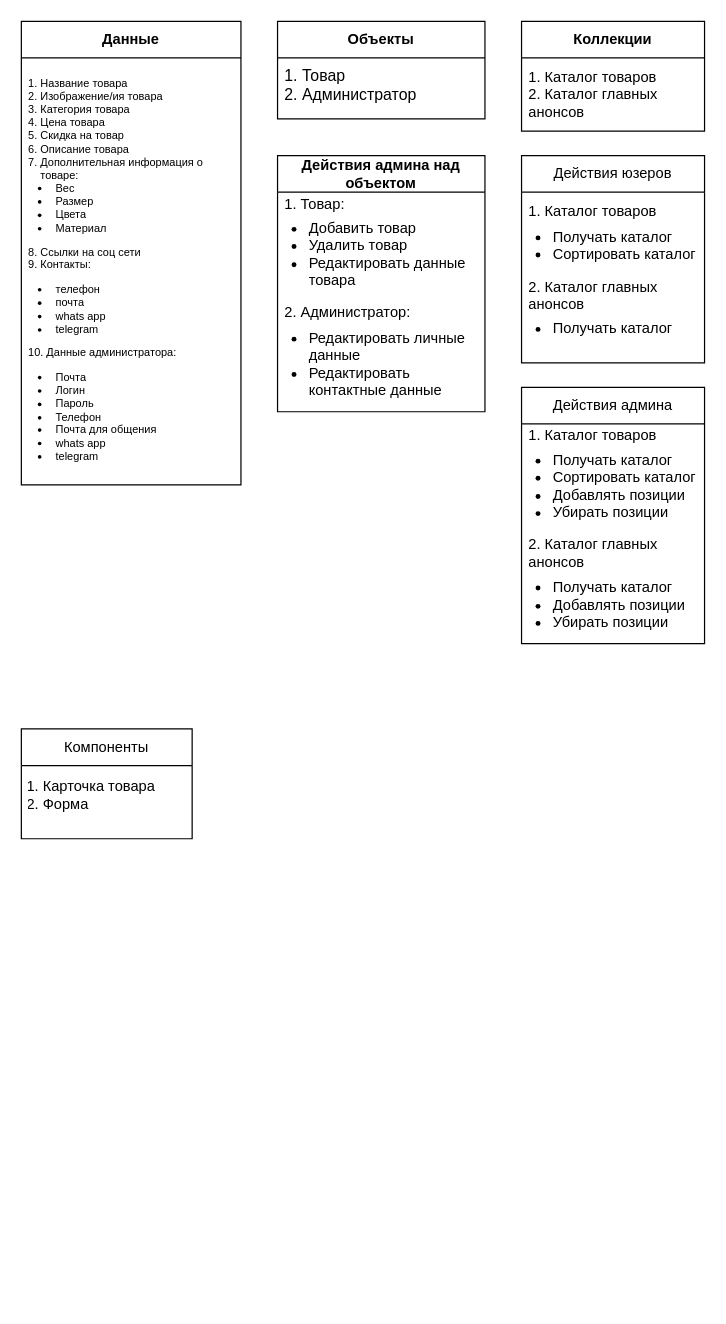
The draw.io diagram margiana.drawio in FulgrimPhoenix/My-UML, before the edit. Source tidied: cells renumbered, new cells numbered last; positions are measured from the earlier drawing's top-left corner, leaving out a move shared by most shapes. Both pictures are drawn from the tidied source at 122%, with x=0, y=0 at pixel (21, 21).
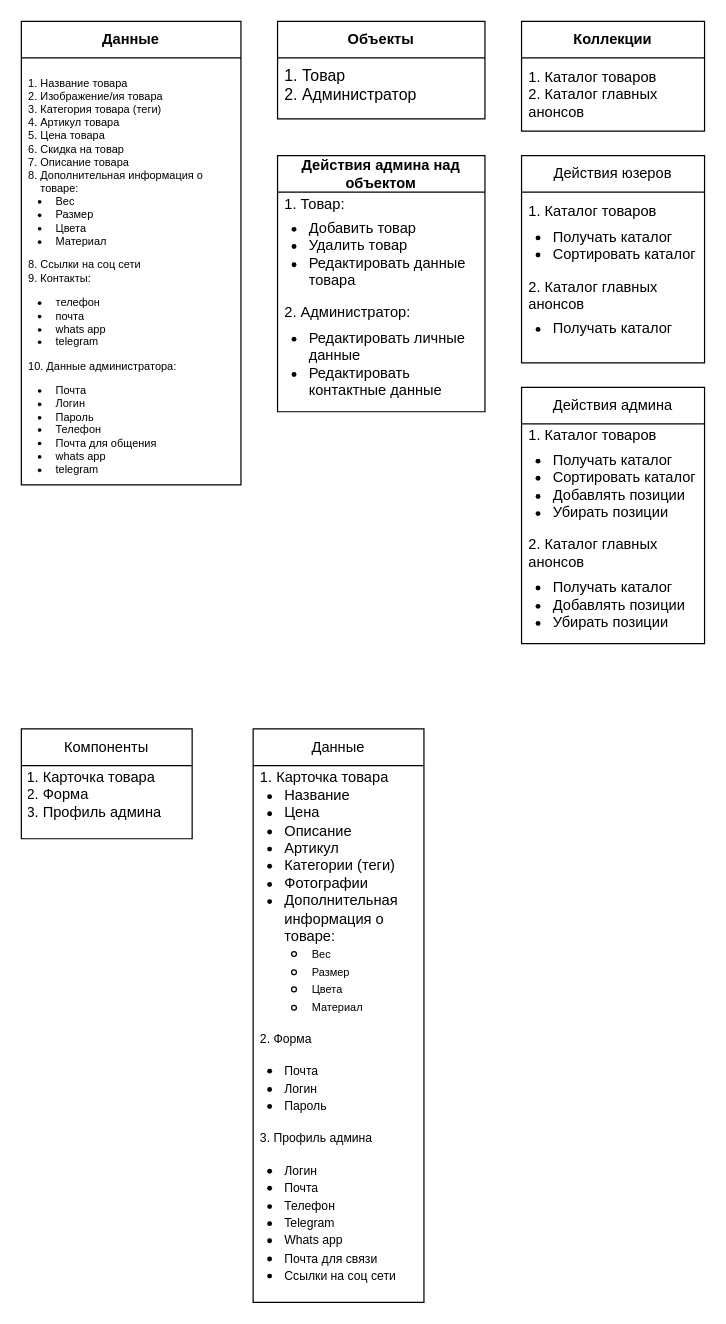
The same page after the edit.

Commit message:
Добавление компонентов margiana.drawio

Change to the diagram source:
```diff
@@
 <mxGraphModel>
   <root>
     <mxCell id="0" />
     <mxCell id="1" parent="0" />
     <mxCell id="2" value="&lt;b&gt;Данные&lt;/b&gt;" style="swimlane;fontStyle=0;horizontal=1;startSize=30;whiteSpace=wrap;html=1;" parent="1" vertex="1">
       <mxGeometry width="180" height="380" as="geometry" />
     </mxCell>
-    <mxCell id="3" value="&lt;p style=&quot;font-size: 8px;&quot;&gt;&lt;/p&gt;&lt;ol style=&quot;padding-left: 10px; padding-bottom: 0px; margin-bottom: 0px; font-size: 9px;&quot;&gt;&lt;li&gt;&lt;font style=&quot;font-size: 9px;&quot;&gt;Название товара&lt;/font&gt;&lt;/li&gt;&lt;li&gt;&lt;font style=&quot;font-size: 9px;&quot;&gt;Изображение/ия товара&lt;/font&gt;&lt;/li&gt;&lt;li&gt;&lt;font style=&quot;font-size: 9px;&quot;&gt;Категория товара&lt;/font&gt;&lt;/li&gt;&lt;li&gt;&lt;font style=&quot;font-size: 9px;&quot;&gt;Цена товара&lt;/font&gt;&lt;/li&gt;&lt;li&gt;&lt;font style=&quot;font-size: 9px;&quot;&gt;Скидка на товар&lt;/font&gt;&lt;/li&gt;&lt;li&gt;&lt;font style=&quot;font-size: 9px;&quot;&gt;Описание товара&lt;/font&gt;&lt;/li&gt;&lt;li&gt;&lt;font style=&quot;font-size: 9px;&quot;&gt;Дополнительная информация о товаре:&lt;/font&gt;&lt;/li&gt;&lt;/ol&gt;&lt;ul style=&quot;padding-left: 20px; margin-top: 0px; margin-left: 0px; font-size: 9px;&quot;&gt;&lt;li&gt;&lt;font style=&quot;font-size: 9px;&quot;&gt;&amp;nbsp;Вес&lt;/font&gt;&lt;/li&gt;&lt;li&gt;&lt;font style=&quot;font-size: 9px;&quot;&gt;&amp;nbsp;Размер&lt;/font&gt;&lt;/li&gt;&lt;li&gt;&lt;font style=&quot;font-size: 9px;&quot;&gt;&amp;nbsp;Цвета&lt;/font&gt;&lt;/li&gt;&lt;li&gt;&lt;font style=&quot;font-size: 9px;&quot;&gt;&amp;nbsp;Материал&lt;/font&gt;&lt;/li&gt;&lt;/ul&gt;&lt;font style=&quot;font-size: 9px;&quot;&gt;&lt;span style=&quot;background-color: initial;&quot;&gt;8. Ссылки на соц сети&lt;/span&gt;&lt;br&gt;&lt;span style=&quot;background-color: initial;&quot;&gt;9. Контакты:&lt;/span&gt;&lt;br&gt;&lt;/font&gt;&lt;p style=&quot;font-size: 9px;&quot;&gt;&lt;/p&gt;&lt;p style=&quot;line-height: 120%; font-size: 9px;&quot;&gt;&lt;/p&gt;&lt;ul style=&quot;padding-left: 20px; margin-top: 0px; margin-bottom: 0px; line-height: 120%; font-size: 9px;&quot;&gt;&lt;li&gt;&lt;font style=&quot;font-size: 9px;&quot;&gt;&amp;nbsp;телефон&lt;/font&gt;&lt;/li&gt;&lt;li&gt;&lt;font style=&quot;font-size: 9px;&quot;&gt;&amp;nbsp;почта&lt;/font&gt;&lt;/li&gt;&lt;li&gt;&lt;font style=&quot;font-size: 9px;&quot;&gt;&amp;nbsp;whats app&lt;/font&gt;&lt;/li&gt;&lt;li&gt;&lt;font style=&quot;font-size: 9px;&quot;&gt;&amp;nbsp;telegram&lt;/font&gt;&lt;/li&gt;&lt;/ul&gt;&lt;p style=&quot;font-size: 9px;&quot;&gt;&lt;/p&gt;&lt;p style=&quot;font-size: 9px;&quot;&gt;&lt;font style=&quot;font-size: 9px;&quot;&gt;10. Данные администратора:&lt;/font&gt;&lt;/p&gt;&lt;p style=&quot;font-size: 9px;&quot;&gt;&lt;/p&gt;&lt;ul style=&quot;padding-left: 20px; font-size: 9px;&quot;&gt;&lt;li&gt;&lt;font style=&quot;font-size: 9px;&quot;&gt;&amp;nbsp;Почта&lt;/font&gt;&lt;/li&gt;&lt;li&gt;&lt;font style=&quot;font-size: 9px;&quot;&gt;&amp;nbsp;Логин&lt;/font&gt;&lt;/li&gt;&lt;li&gt;&lt;font style=&quot;font-size: 9px;&quot;&gt;&amp;nbsp;Пароль&lt;/font&gt;&lt;/li&gt;&lt;li&gt;&lt;font style=&quot;font-size: 9px;&quot;&gt;&amp;nbsp;Телефон&lt;/font&gt;&lt;/li&gt;&lt;li&gt;&lt;font style=&quot;font-size: 9px;&quot;&gt;&amp;nbsp;Почта для общения&lt;/font&gt;&lt;/li&gt;&lt;li&gt;&lt;font style=&quot;font-size: 9px;&quot;&gt;&amp;nbsp;whats app&lt;/font&gt;&lt;/li&gt;&lt;li&gt;&lt;font style=&quot;font-size: 9px;&quot;&gt;&amp;nbsp;telegram&lt;/font&gt;&lt;/li&gt;&lt;/ul&gt;&lt;p&gt;&lt;/p&gt;" style="text;strokeColor=none;fillColor=none;align=left;verticalAlign=top;spacingLeft=4;spacingRight=4;overflow=hidden;whiteSpace=wrap;html=1;fontSize=8;" parent="2" vertex="1">
+    <mxCell id="3" value="&lt;p style=&quot;font-size: 8px;&quot;&gt;&lt;/p&gt;&lt;ol style=&quot;padding-left: 10px; padding-bottom: 0px; margin-bottom: 0px; font-size: 9px;&quot;&gt;&lt;li&gt;&lt;font style=&quot;font-size: 9px;&quot;&gt;Название товара&lt;/font&gt;&lt;/li&gt;&lt;li&gt;&lt;font style=&quot;font-size: 9px;&quot;&gt;Изображение/ия товара&lt;/font&gt;&lt;/li&gt;&lt;li&gt;&lt;font style=&quot;font-size: 9px;&quot;&gt;Категория товара (теги)&lt;/font&gt;&lt;/li&gt;&lt;li&gt;&lt;font style=&quot;font-size: 9px;&quot;&gt;Артикул товара&lt;/font&gt;&lt;/li&gt;&lt;li&gt;&lt;font style=&quot;font-size: 9px;&quot;&gt;Цена товара&lt;/font&gt;&lt;/li&gt;&lt;li&gt;&lt;font style=&quot;font-size: 9px;&quot;&gt;Скидка на товар&lt;/font&gt;&lt;/li&gt;&lt;li&gt;&lt;font style=&quot;font-size: 9px;&quot;&gt;Описание товара&lt;/font&gt;&lt;/li&gt;&lt;li&gt;&lt;font style=&quot;font-size: 9px;&quot;&gt;Дополнительная информация о товаре:&lt;/font&gt;&lt;/li&gt;&lt;/ol&gt;&lt;ul style=&quot;padding-left: 20px; margin-top: 0px; margin-left: 0px; font-size: 9px;&quot;&gt;&lt;li&gt;&lt;font style=&quot;font-size: 9px;&quot;&gt;&amp;nbsp;Вес&lt;/font&gt;&lt;/li&gt;&lt;li&gt;&lt;font style=&quot;font-size: 9px;&quot;&gt;&amp;nbsp;Размер&lt;/font&gt;&lt;/li&gt;&lt;li&gt;&lt;font style=&quot;font-size: 9px;&quot;&gt;&amp;nbsp;Цвета&lt;/font&gt;&lt;/li&gt;&lt;li&gt;&lt;font style=&quot;font-size: 9px;&quot;&gt;&amp;nbsp;Материал&lt;/font&gt;&lt;/li&gt;&lt;/ul&gt;&lt;font style=&quot;font-size: 9px;&quot;&gt;&lt;span style=&quot;background-color: initial;&quot;&gt;8. Ссылки на соц сети&lt;/span&gt;&lt;br&gt;&lt;span style=&quot;background-color: initial;&quot;&gt;9. Контакты:&lt;/span&gt;&lt;br&gt;&lt;/font&gt;&lt;p style=&quot;font-size: 9px;&quot;&gt;&lt;/p&gt;&lt;p style=&quot;line-height: 120%; font-size: 9px;&quot;&gt;&lt;/p&gt;&lt;ul style=&quot;padding-left: 20px; margin-top: 0px; margin-bottom: 0px; line-height: 120%; font-size: 9px;&quot;&gt;&lt;li&gt;&lt;font style=&quot;font-size: 9px;&quot;&gt;&amp;nbsp;телефон&lt;/font&gt;&lt;/li&gt;&lt;li&gt;&lt;font style=&quot;font-size: 9px;&quot;&gt;&amp;nbsp;почта&lt;/font&gt;&lt;/li&gt;&lt;li&gt;&lt;font style=&quot;font-size: 9px;&quot;&gt;&amp;nbsp;whats app&lt;/font&gt;&lt;/li&gt;&lt;li&gt;&lt;font style=&quot;font-size: 9px;&quot;&gt;&amp;nbsp;telegram&lt;/font&gt;&lt;/li&gt;&lt;/ul&gt;&lt;p style=&quot;font-size: 9px;&quot;&gt;&lt;/p&gt;&lt;p style=&quot;font-size: 9px;&quot;&gt;&lt;font style=&quot;font-size: 9px;&quot;&gt;10. Данные администратора:&lt;/font&gt;&lt;/p&gt;&lt;p style=&quot;font-size: 9px;&quot;&gt;&lt;/p&gt;&lt;ul style=&quot;padding-left: 20px; font-size: 9px;&quot;&gt;&lt;li&gt;&lt;font style=&quot;font-size: 9px;&quot;&gt;&amp;nbsp;Почта&lt;/font&gt;&lt;/li&gt;&lt;li&gt;&lt;font style=&quot;font-size: 9px;&quot;&gt;&amp;nbsp;Логин&lt;/font&gt;&lt;/li&gt;&lt;li&gt;&lt;font style=&quot;font-size: 9px;&quot;&gt;&amp;nbsp;Пароль&lt;/font&gt;&lt;/li&gt;&lt;li&gt;&lt;font style=&quot;font-size: 9px;&quot;&gt;&amp;nbsp;Телефон&lt;/font&gt;&lt;/li&gt;&lt;li&gt;&lt;font style=&quot;font-size: 9px;&quot;&gt;&amp;nbsp;Почта для общения&lt;/font&gt;&lt;/li&gt;&lt;li&gt;&lt;font style=&quot;font-size: 9px;&quot;&gt;&amp;nbsp;whats app&lt;/font&gt;&lt;/li&gt;&lt;li&gt;&lt;font style=&quot;font-size: 9px;&quot;&gt;&amp;nbsp;telegram&lt;/font&gt;&lt;/li&gt;&lt;/ul&gt;&lt;p&gt;&lt;/p&gt;" style="text;strokeColor=none;fillColor=none;align=left;verticalAlign=top;spacingLeft=4;spacingRight=4;overflow=hidden;whiteSpace=wrap;html=1;fontSize=8;" parent="2" vertex="1">
       <mxGeometry y="30" width="180" height="350" as="geometry" />
     </mxCell>
     <mxCell id="4" value="&lt;b&gt;Объекты&lt;/b&gt;" style="swimlane;fontStyle=0;horizontal=1;startSize=30;whiteSpace=wrap;html=1;align=center;" parent="1" vertex="1">
       <mxGeometry x="210" width="170" height="80" as="geometry" />
     </mxCell>
     <mxCell id="5" value="&lt;span style=&quot;background-color: initial; font-size: 13px;&quot;&gt;1. Товар&lt;/span&gt;&lt;br style=&quot;font-size: 13px;&quot;&gt;&lt;span style=&quot;background-color: initial; font-size: 13px;&quot;&gt;2. Администратор&lt;/span&gt;" style="text;strokeColor=none;fillColor=none;align=left;verticalAlign=top;spacingLeft=4;spacingRight=4;overflow=hidden;whiteSpace=wrap;html=1;fontSize=13;" parent="4" vertex="1">
       <mxGeometry y="30" width="170" height="50" as="geometry" />
     </mxCell>
     <mxCell id="6" value="&lt;b&gt;Коллекции&lt;/b&gt;" style="swimlane;fontStyle=0;horizontal=1;startSize=30;whiteSpace=wrap;html=1;" parent="1" vertex="1">
       <mxGeometry x="410" width="150" height="90" as="geometry" />
     </mxCell>
     <mxCell id="7" value="1. Каталог товаров&lt;div&gt;2. Каталог главных анонсов&lt;/div&gt;" style="text;strokeColor=none;fillColor=none;align=left;verticalAlign=middle;spacingLeft=4;spacingRight=4;overflow=hidden;whiteSpace=wrap;html=1;" parent="6" vertex="1">
       <mxGeometry y="30" width="150" height="60" as="geometry" />
     </mxCell>
     <mxCell id="8" value="&lt;b&gt;Действия админа над объектом&lt;/b&gt;" style="swimlane;fontStyle=0;horizontal=1;startSize=30;whiteSpace=wrap;html=1;" parent="1" vertex="1">
       <mxGeometry x="210" y="110" width="170" height="210" as="geometry" />
     </mxCell>
     <mxCell id="9" value="&lt;span style=&quot;background-color: initial;&quot;&gt;1. Товар:&lt;/span&gt;&lt;div&gt;&lt;ul style=&quot;padding-left: 20px; margin-top: 6px;&quot;&gt;&lt;li&gt;Добавить товар&lt;/li&gt;&lt;li&gt;Удалить товар&lt;/li&gt;&lt;li&gt;Редактировать данные товара&lt;/li&gt;&lt;/ul&gt;2. Администратор:&lt;/div&gt;&lt;div&gt;&lt;ul style=&quot;padding-left: 20px; margin-top: 6px;&quot;&gt;&lt;li&gt;Редактировать личные данные&lt;/li&gt;&lt;li&gt;Редактировать контактные данные&amp;nbsp;&lt;/li&gt;&lt;/ul&gt;&lt;/div&gt;" style="text;strokeColor=none;fillColor=none;align=left;verticalAlign=middle;spacingLeft=4;spacingRight=4;overflow=hidden;whiteSpace=wrap;html=1;" parent="8" vertex="1">
       <mxGeometry y="30" width="170" height="180" as="geometry" />
     </mxCell>
     <mxCell id="10" value="Действия юзеров" style="swimlane;fontStyle=0;horizontal=1;startSize=30;whiteSpace=wrap;html=1;" parent="1" vertex="1">
       <mxGeometry x="410" y="110" width="150" height="170" as="geometry" />
     </mxCell>
     <mxCell id="11" value="1. Каталог товаров&lt;br&gt;&lt;ul style=&quot;padding-left: 20px; margin-top: 6px;&quot;&gt;&lt;li&gt;Получать каталог&lt;/li&gt;&lt;li&gt;Сортировать каталог&lt;/li&gt;&lt;/ul&gt;&lt;div&gt;2. Каталог главных анонсов&lt;/div&gt;&lt;div&gt;&lt;ul style=&quot;padding-left: 20px; margin-top: 6px;&quot;&gt;&lt;li&gt;Получать каталог&lt;/li&gt;&lt;/ul&gt;&lt;/div&gt;" style="text;strokeColor=none;fillColor=none;align=left;verticalAlign=middle;spacingLeft=4;spacingRight=4;overflow=hidden;whiteSpace=wrap;html=1;" parent="10" vertex="1">
       <mxGeometry y="30" width="150" height="140" as="geometry" />
     </mxCell>
     <mxCell id="12" value="Действия админа" style="swimlane;fontStyle=0;horizontal=1;startSize=30;whiteSpace=wrap;html=1;" parent="1" vertex="1">
       <mxGeometry x="410" y="300" width="150" height="210" as="geometry" />
     </mxCell>
     <mxCell id="13" value="1. Каталог товаров&lt;br&gt;&lt;ul style=&quot;padding-left: 20px; margin-top: 6px;&quot;&gt;&lt;li&gt;Получать каталог&lt;/li&gt;&lt;li&gt;Сортировать каталог&lt;/li&gt;&lt;li&gt;Добавлять позиции&lt;/li&gt;&lt;li&gt;Убирать позиции&lt;/li&gt;&lt;/ul&gt;&lt;div&gt;2. Каталог главных анонсов&lt;/div&gt;&lt;div&gt;&lt;ul style=&quot;padding-left: 20px; margin-top: 6px;&quot;&gt;&lt;li&gt;Получать каталог&lt;/li&gt;&lt;li&gt;Добавлять позиции&lt;/li&gt;&lt;li&gt;Убирать позиции&lt;/li&gt;&lt;/ul&gt;&lt;/div&gt;" style="text;strokeColor=none;fillColor=none;align=left;verticalAlign=middle;spacingLeft=4;spacingRight=4;overflow=hidden;whiteSpace=wrap;html=1;" parent="12" vertex="1">
       <mxGeometry y="30" width="150" height="180" as="geometry" />
     </mxCell>
     <mxCell id="14" value="Компоненты" style="swimlane;fontStyle=0;horizontal=1;startSize=30;whiteSpace=wrap;html=1;" parent="1" vertex="1">
       <mxGeometry y="580" width="140" height="90" as="geometry" />
     </mxCell>
-    <mxCell id="15" value="&lt;ol style=&quot;padding-left: 12px; margin-top: 0px;&quot;&gt;&lt;li&gt;Карточка товара&lt;/li&gt;&lt;li&gt;Форма&lt;/li&gt;&lt;/ol&gt;" style="text;strokeColor=none;fillColor=none;align=left;verticalAlign=middle;spacingLeft=4;spacingRight=4;overflow=hidden;whiteSpace=wrap;html=1;" parent="14" vertex="1">
+    <mxCell id="15" value="&lt;ol style=&quot;padding-left: 12px; margin-top: 0px;&quot;&gt;&lt;li&gt;Карточка товара&lt;/li&gt;&lt;li&gt;Форма&lt;/li&gt;&lt;li&gt;Профиль админа&lt;/li&gt;&lt;/ol&gt;" style="text;strokeColor=none;fillColor=none;align=left;verticalAlign=middle;spacingLeft=4;spacingRight=4;overflow=hidden;whiteSpace=wrap;html=1;" parent="14" vertex="1">
       <mxGeometry y="30" width="140" height="60" as="geometry" />
     </mxCell>
+    <mxCell id="16" value="Данные" style="swimlane;fontStyle=0;horizontal=1;startSize=30;whiteSpace=wrap;html=1;" parent="1" vertex="1">
+      <mxGeometry x="190" y="580" width="140" height="470" as="geometry" />
+    </mxCell>
+    <mxCell id="17" value="1. Карточка товара&lt;div&gt;&lt;ul style=&quot;padding-left: 20px; margin-top: 0px;&quot;&gt;&lt;li&gt;Название&lt;/li&gt;&lt;li&gt;Цена&lt;/li&gt;&lt;li&gt;Описание&lt;/li&gt;&lt;li&gt;Артикул&lt;/li&gt;&lt;li&gt;Категории (теги)&lt;/li&gt;&lt;li&gt;Фотографии&lt;/li&gt;&lt;li&gt;Дополнительная информация о товаре:&lt;/li&gt;&lt;ul style=&quot;padding-left: 20px;&quot;&gt;&lt;li&gt;&lt;span style=&quot;background-color: initial; font-size: 9px;&quot;&gt;&amp;nbsp;Вес&lt;/span&gt;&lt;/li&gt;&lt;li&gt;&lt;span style=&quot;background-color: initial; font-size: 9px;&quot;&gt;&amp;nbsp;Размер&lt;/span&gt;&lt;/li&gt;&lt;li&gt;&lt;span style=&quot;background-color: initial; font-size: 9px;&quot;&gt;&amp;nbsp;Цвета&lt;/span&gt;&lt;/li&gt;&lt;li&gt;&lt;span style=&quot;background-color: initial; font-size: 9px;&quot;&gt;&amp;nbsp;Материал&lt;/span&gt;&lt;/li&gt;&lt;/ul&gt;&lt;/ul&gt;&lt;div&gt;&lt;font size=&quot;1&quot;&gt;2. Форма&lt;/font&gt;&lt;/div&gt;&lt;/div&gt;&lt;div&gt;&lt;ul style=&quot;padding-left: 20px;&quot;&gt;&lt;li&gt;&lt;font size=&quot;1&quot;&gt;Почта&lt;/font&gt;&lt;/li&gt;&lt;li&gt;&lt;font size=&quot;1&quot;&gt;Логин&lt;/font&gt;&lt;/li&gt;&lt;li&gt;&lt;font size=&quot;1&quot;&gt;Пароль&lt;/font&gt;&lt;/li&gt;&lt;/ul&gt;&lt;div&gt;&lt;font size=&quot;1&quot;&gt;3. Профиль админа&lt;/font&gt;&lt;/div&gt;&lt;/div&gt;&lt;div&gt;&lt;ul style=&quot;padding-left: 20px;&quot;&gt;&lt;li&gt;&lt;font size=&quot;1&quot;&gt;Логин&lt;/font&gt;&lt;/li&gt;&lt;li&gt;&lt;font size=&quot;1&quot;&gt;Почта&lt;/font&gt;&lt;/li&gt;&lt;li&gt;&lt;font size=&quot;1&quot;&gt;Телефон&lt;/font&gt;&lt;/li&gt;&lt;li&gt;&lt;font size=&quot;1&quot;&gt;Telegram&lt;/font&gt;&lt;/li&gt;&lt;li&gt;&lt;font size=&quot;1&quot;&gt;Whats app&lt;/font&gt;&lt;/li&gt;&lt;li&gt;&lt;font size=&quot;1&quot;&gt;Почта для связи&lt;/font&gt;&lt;/li&gt;&lt;li&gt;&lt;font size=&quot;1&quot;&gt;Ссылки на соц сети&lt;/font&gt;&lt;/li&gt;&lt;/ul&gt;&lt;/div&gt;" style="text;strokeColor=none;fillColor=none;align=left;verticalAlign=middle;spacingLeft=4;spacingRight=4;overflow=hidden;whiteSpace=wrap;html=1;" parent="16" vertex="1">
+      <mxGeometry y="30" width="140" height="440" as="geometry" />
+    </mxCell>
   </root>
 </mxGraphModel>
```
